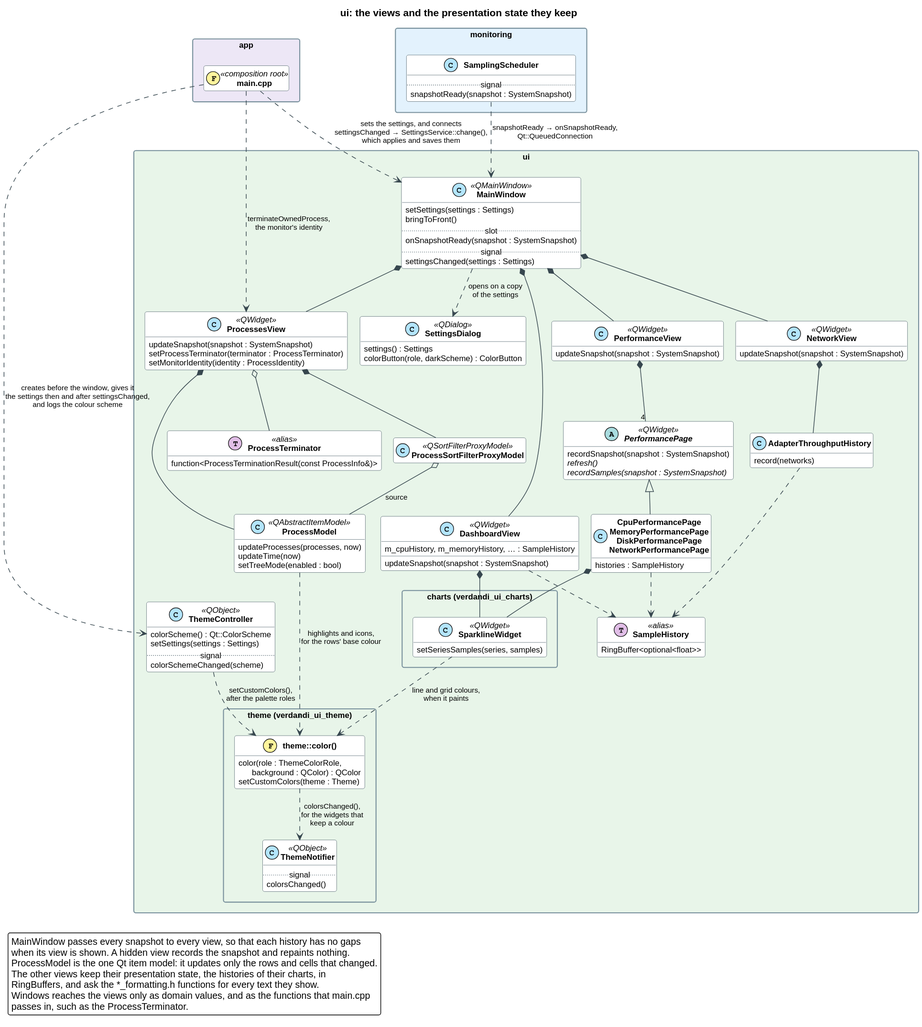
Before: docs/diagrams/ui_views.svg, a diagram exported from PlantUML (DunderGG/verdandi).
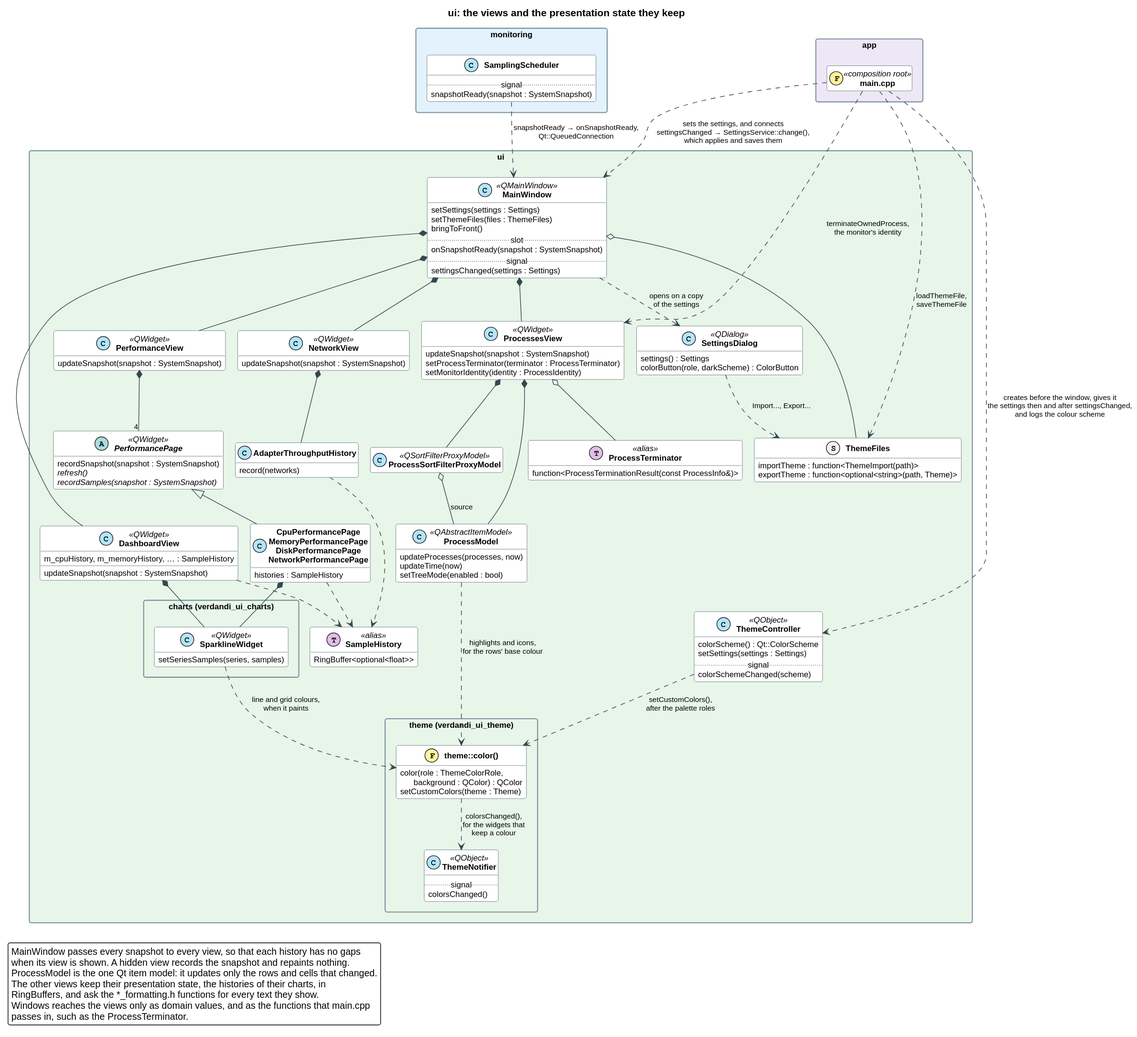
After the change.

Diff of the diagram source:
```diff
@@ -6,6 +6,7 @@
 package "ui" $UI_COLOR {
     class MainWindow <<QMainWindow>> {
         setSettings(settings : Settings)
+        setThemeFiles(files : ThemeFiles)
         bringToFront()
         .. slot ..
         onSnapshotReady(snapshot : SystemSnapshot)
@@ -74,6 +75,11 @@
         {field} function<ProcessTerminationResult(const ProcessInfo&)>
     }
 
+    struct ThemeFiles {
+        {field} importTheme : function<ThemeImport(path)>
+        {field} exportTheme : function<optional<string>(path, Theme)>
+    }
+
     package "charts (verdandi_ui_charts)" as charts {
         class SparklineWidget <<QWidget>> {
             setSeriesSamples(series, samples)
@@ -107,6 +113,7 @@
 SamplingScheduler ..> MainWindow : snapshotReady → onSnapshotReady,\nQt::QueuedConnection
 mainCpp ..> MainWindow : sets the settings, and connects\nsettingsChanged → SettingsService::change(),\nwhich applies and saves them
 mainCpp ..> ProcessesView : terminateOwnedProcess,\nthe monitor's identity
+mainCpp ..> ThemeFiles : loadThemeFile,\nsaveThemeFile
 mainCpp ..> ThemeController : creates before the window, gives it\nthe settings then and after settingsChanged,\nand logs the colour scheme
 MainWindow ..> SettingsDialog : opens on a copy\nof the settings
 
@@ -120,6 +127,8 @@
 ProcessesView *-- ProcessSortFilterProxyModel
 ProcessSortFilterProxyModel o-- ProcessModel : source
 ProcessesView o-- ProcessTerminator
+MainWindow o-- ThemeFiles
+SettingsDialog ..> ThemeFiles : Import..., Export...
 NetworkView *-- AdapterThroughputHistory
 AdapterThroughputHistory ..> SampleHistory
 DashboardView ..> SampleHistory
```
